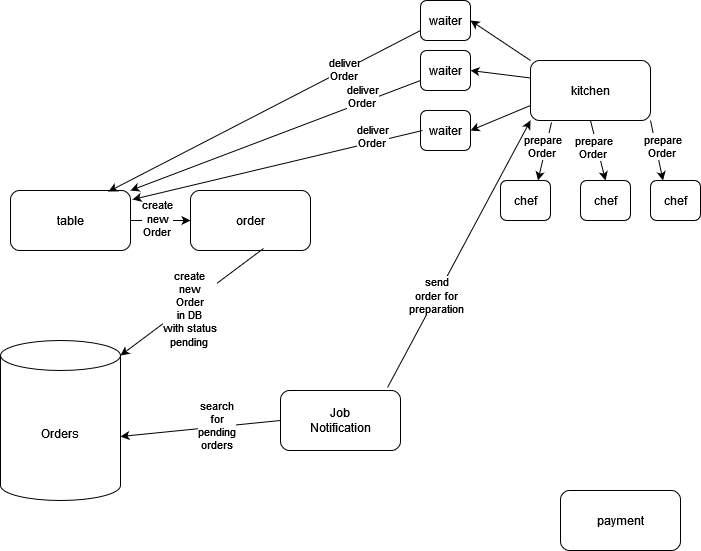
ehud91/Restaurant-app keeps this draw.io diagram as assets/Nice-rest-main-flow.drawio.png. Above is the earlier version. Source tidied: cells renumbered, new cells last; positions are measured from the earlier drawing's top-left corner, leaving out a move shared by most shapes.
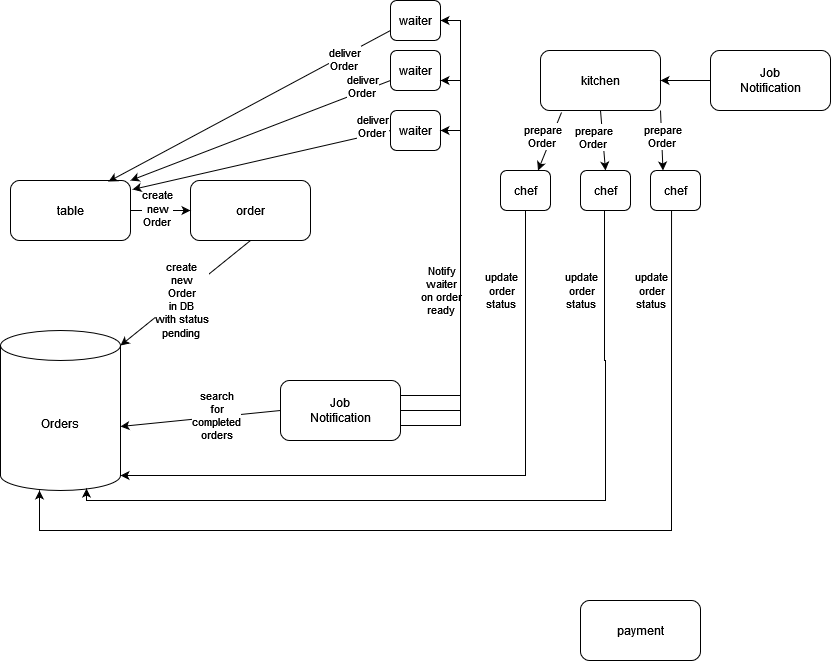
The same file after the commit.

Diff of the diagram source:
```diff
@@ -6,13 +6,13 @@
       <mxGeometry x="10" y="190" width="120" height="60" as="geometry" />
     </mxCell>
     <mxCell id="3" value="kitchen" style="rounded=1;whiteSpace=wrap;html=1;" parent="1" vertex="1">
-      <mxGeometry x="530" y="60" width="120" height="60" as="geometry" />
+      <mxGeometry x="540" y="60" width="120" height="60" as="geometry" />
     </mxCell>
     <mxCell id="4" value="order" style="rounded=1;whiteSpace=wrap;html=1;" parent="1" vertex="1">
       <mxGeometry x="190" y="190" width="120" height="60" as="geometry" />
     </mxCell>
     <mxCell id="5" value="payment" style="rounded=1;whiteSpace=wrap;html=1;" parent="1" vertex="1">
-      <mxGeometry x="560" y="490" width="120" height="60" as="geometry" />
+      <mxGeometry x="580" y="610" width="120" height="60" as="geometry" />
     </mxCell>
     <mxCell id="6" style="endArrow=classic;html=1;rounded=0;exitX=1;exitY=0.5;exitDx=0;exitDy=0;entryX=0;entryY=0.5;entryDx=0;entryDy=0;" parent="1" edge="1" source="2" target="4">
       <mxGeometry relative="1" as="geometry" />
@@ -20,7 +20,7 @@
     <mxCell id="7" value="&lt;div&gt;create&lt;/div&gt;&lt;div&gt;new&lt;/div&gt;&lt;div&gt;Order&lt;br&gt;&lt;/div&gt;" style="edgeLabel;html=1;align=center;verticalAlign=middle;" parent="6" vertex="1">
       <mxGeometry x="-0.14" y="3" relative="1" as="geometry" />
     </mxCell>
-    <mxCell id="8" style="endArrow=classic;html=1;rounded=0;exitX=0.608;exitY=0.967;exitDx=0;exitDy=0;entryX=1;entryY=0;entryDx=0;entryDy=15;entryPerimeter=0;exitPerimeter=0;" parent="1" edge="1" source="4" target="10">
+    <mxCell id="8" style="endArrow=classic;html=1;rounded=0;entryX=1;entryY=0;entryDx=0;entryDy=15;entryPerimeter=0;exitX=0.5;exitY=1;exitDx=0;exitDy=0;" parent="1" edge="1" source="4" target="10">
       <mxGeometry relative="1" as="geometry" />
     </mxCell>
     <mxCell id="9" value="&lt;div&gt;create&lt;/div&gt;&lt;div&gt;new&lt;/div&gt;&lt;div&gt;Order&lt;/div&gt;&lt;div&gt;in DB&lt;/div&gt;&lt;div&gt;with status&lt;/div&gt;&lt;div&gt;pending&lt;br&gt;&lt;/div&gt;" style="edgeLabel;html=1;align=center;verticalAlign=middle;" parent="8" vertex="1">
@@ -31,17 +31,17 @@
     <mxCell id="10" value="Orders" style="shape=cylinder3;whiteSpace=wrap;html=1;boundedLbl=1;backgroundOutline=1;size=15;" parent="1" vertex="1">
       <mxGeometry y="340" width="120" height="160" as="geometry" />
     </mxCell>
+    <mxCell id="37" style="edgeStyle=orthogonalEdgeStyle;rounded=0;jettySize=auto;html=1;exitX=1;exitY=0.5;exitDx=0;exitDy=0;entryX=1;entryY=0.5;entryDx=0;entryDy=0;" parent="1" edge="1" source="11" target="14">
+      <mxGeometry relative="1" as="geometry" />
+    </mxCell>
     <mxCell id="11" value="Job&lt;br&gt;&lt;div&gt;Notification&lt;/div&gt;" style="rounded=1;whiteSpace=wrap;html=1;" parent="1" vertex="1">
       <mxGeometry x="280" y="390" width="120" height="60" as="geometry" />
     </mxCell>
     <mxCell id="12" style="endArrow=classic;html=1;rounded=0;entryX=1;entryY=0.6;entryDx=0;entryDy=0;entryPerimeter=0;exitX=0;exitY=0.5;exitDx=0;exitDy=0;" parent="1" edge="1" source="11" target="10">
       <mxGeometry relative="1" as="geometry" />
     </mxCell>
-    <mxCell id="13" style="endArrow=classic;html=1;rounded=0;entryX=0;entryY=1;entryDx=0;entryDy=0;exitX=0.892;exitY=-0.05;exitDx=0;exitDy=0;exitPerimeter=0;" parent="1" edge="1" source="11" target="3">
-      <mxGeometry relative="1" as="geometry" />
-    </mxCell>
     <mxCell id="14" value="waiter" style="rounded=1;whiteSpace=wrap;html=1;" parent="1" vertex="1">
-      <mxGeometry x="420" width="50" height="40" as="geometry" />
+      <mxGeometry x="390" y="10" width="50" height="40" as="geometry" />
     </mxCell>
     <mxCell id="15" style="endArrow=classic;html=1;rounded=0;entryX=0.75;entryY=0;entryDx=0;entryDy=0;exitX=0.175;exitY=1.033;exitDx=0;exitDy=0;exitPerimeter=0;" parent="1" edge="1" source="3" target="19">
       <mxGeometry relative="1" as="geometry" />
@@ -50,14 +50,33 @@
       <mxGeometry relative="1" as="geometry" />
     </mxCell>
     <mxCell id="17" value="waiter" style="rounded=1;whiteSpace=wrap;html=1;" parent="1" vertex="1">
-      <mxGeometry x="420" y="110" width="50" height="40" as="geometry" />
+      <mxGeometry x="390" y="120" width="50" height="40" as="geometry" />
     </mxCell>
     <mxCell id="18" value="waiter" style="rounded=1;whiteSpace=wrap;html=1;" parent="1" vertex="1">
-      <mxGeometry x="420" y="50" width="50" height="40" as="geometry" />
+      <mxGeometry x="390" y="60" width="50" height="40" as="geometry" />
     </mxCell>
+    <mxCell id="38" style="edgeStyle=orthogonalEdgeStyle;rounded=0;jettySize=auto;html=1;entryX=1;entryY=1;entryDx=0;entryDy=-15;entryPerimeter=0;" parent="1" edge="1" source="19" target="10">
+      <mxGeometry relative="1" as="geometry">
+        <Array as="points">
+          <mxPoint x="525" y="485" />
+        </Array>
+      </mxGeometry>
+    </mxCell>
     <mxCell id="19" value="chef" style="rounded=1;whiteSpace=wrap;html=1;" parent="1" vertex="1">
       <mxGeometry x="500" y="180" width="50" height="40" as="geometry" />
     </mxCell>
+    <mxCell id="39" style="edgeStyle=orthogonalEdgeStyle;rounded=0;orthogonalLoop=1;jettySize=auto;html=1;entryX=0.725;entryY=0.988;entryDx=0;entryDy=0;entryPerimeter=0;" parent="1" edge="1">
+      <mxGeometry relative="1" as="geometry">
+        <mxPoint x="604" y="220" as="sourcePoint" />
+        <mxPoint x="86" y="498.1" as="targetPoint" />
+        <Array as="points">
+          <mxPoint x="604" y="370" />
+          <mxPoint x="605" y="370" />
+          <mxPoint x="605" y="510" />
+          <mxPoint x="86" y="510" />
+        </Array>
+      </mxGeometry>
+    </mxCell>
     <mxCell id="20" value="chef" style="rounded=1;whiteSpace=wrap;html=1;" parent="1" vertex="1">
       <mxGeometry x="580" y="180" width="50" height="40" as="geometry" />
     </mxCell>
@@ -70,10 +89,8 @@
     <mxCell id="23" style="endArrow=classic;html=1;rounded=0;entryX=0.25;entryY=0;entryDx=0;entryDy=0;exitX=1;exitY=1;exitDx=0;exitDy=0;" parent="1" edge="1" source="3" target="21">
       <mxGeometry relative="1" as="geometry" />
     </mxCell>
-    <mxCell id="24" style="endArrow=classic;html=1;rounded=0;exitX=0;exitY=0.5;exitDx=0;exitDy=0;entryX=1.017;entryY=0.15;entryDx=0;entryDy=0;entryPerimeter=0;" parent="1" edge="1" target="2">
-      <mxGeometry relative="1" as="geometry">
-        <mxPoint x="422" y="130" as="sourcePoint" />
-      </mxGeometry>
+    <mxCell id="24" style="endArrow=classic;html=1;rounded=0;exitX=0;exitY=0.5;exitDx=0;exitDy=0;entryX=1.017;entryY=0.15;entryDx=0;entryDy=0;entryPerimeter=0;" parent="1" edge="1" source="17" target="2">
+      <mxGeometry relative="1" as="geometry" />
     </mxCell>
     <mxCell id="25" style="endArrow=classic;html=1;rounded=0;entryX=1;entryY=0;entryDx=0;entryDy=0;exitX=0;exitY=0.75;exitDx=0;exitDy=0;" parent="1" edge="1" source="18" target="2">
       <mxGeometry relative="1" as="geometry" />
@@ -93,17 +110,6 @@
         <mxPoint x="-8" y="6" as="offset" />
       </mxGeometry>
     </mxCell>
-    <mxCell id="29" style="endArrow=classic;html=1;rounded=0;entryX=1;entryY=0.5;entryDx=0;entryDy=0;exitX=0;exitY=0;exitDx=0;exitDy=0;" parent="1" edge="1" source="3" target="14">
-      <mxGeometry relative="1" as="geometry" />
-    </mxCell>
-    <mxCell id="30" style="endArrow=classic;html=1;rounded=0;entryX=1;entryY=0.5;entryDx=0;entryDy=0;exitX=0;exitY=0.75;exitDx=0;exitDy=0;" parent="1" edge="1" source="3" target="17">
-      <mxGeometry relative="1" as="geometry" />
-    </mxCell>
-    <mxCell id="31" style="endArrow=classic;html=1;rounded=0;entryX=1;entryY=0.5;entryDx=0;entryDy=0;exitX=0;exitY=0.75;exitDx=0;exitDy=0;" parent="1" edge="1" target="18">
-      <mxGeometry relative="1" as="geometry">
-        <mxPoint x="530" y="77.5" as="sourcePoint" />
-      </mxGeometry>
-    </mxCell>
     <mxCell id="32" value="&lt;div&gt;deliver&lt;/div&gt;&lt;div&gt;Order&lt;br&gt;&lt;/div&gt;" style="edgeLabel;html=1;align=center;verticalAlign=middle;" parent="1" vertex="1">
       <mxGeometry x="560" y="150" as="geometry">
         <mxPoint x="-216" y="-81" as="offset" />
@@ -119,15 +125,55 @@
         <mxPoint x="-8" y="6" as="offset" />
       </mxGeometry>
     </mxCell>
-    <mxCell id="35" value="&lt;div&gt;search&lt;/div&gt;&lt;div&gt;for&lt;/div&gt;&lt;div&gt;pending&lt;/div&gt;&lt;div&gt;orders&lt;/div&gt;" style="edgeLabel;html=1;align=center;verticalAlign=middle;" parent="1" vertex="1">
+    <mxCell id="35" value="&lt;div&gt;search&lt;/div&gt;&lt;div&gt;for&lt;/div&gt;&lt;div&gt;completed&lt;/div&gt;&lt;div&gt;orders&lt;/div&gt;" style="edgeLabel;html=1;align=center;verticalAlign=middle;" parent="1" vertex="1">
       <mxGeometry x="220" y="390" as="geometry">
         <mxPoint x="-4" y="35" as="offset" />
       </mxGeometry>
     </mxCell>
-    <mxCell id="36" value="&lt;div&gt;send&lt;/div&gt;&lt;div&gt;order for&lt;/div&gt;&lt;div&gt;preparation&lt;br&gt;&lt;/div&gt;" style="edgeLabel;html=1;align=center;verticalAlign=middle;" parent="1" vertex="1">
-      <mxGeometry x="440" y="260" as="geometry">
-        <mxPoint x="-4" y="35" as="offset" />
+    <mxCell id="36" value="&lt;div&gt;Notify&lt;/div&gt;&lt;div&gt;waiter&lt;/div&gt;&lt;div&gt;on order&lt;br&gt;&lt;/div&gt;&lt;div&gt;ready&lt;br&gt;&lt;/div&gt;" style="edgeLabel;html=1;align=center;verticalAlign=middle;" parent="1" vertex="1">
+      <mxGeometry x="440" y="270" as="geometry">
+        <mxPoint x="1" y="30" as="offset" />
       </mxGeometry>
     </mxCell>
+    <mxCell id="40" style="edgeStyle=orthogonalEdgeStyle;rounded=0;jettySize=auto;html=1;exitX=1;exitY=0.25;exitDx=0;exitDy=0;entryX=1;entryY=0.75;entryDx=0;entryDy=0;" parent="1" edge="1" source="11" target="18">
+      <mxGeometry relative="1" as="geometry" />
+    </mxCell>
+    <mxCell id="41" style="edgeStyle=orthogonalEdgeStyle;rounded=0;jettySize=auto;html=1;exitX=1;exitY=0.75;exitDx=0;exitDy=0;entryX=1;entryY=0.5;entryDx=0;entryDy=0;" parent="1" edge="1" source="11" target="17">
+      <mxGeometry relative="1" as="geometry" />
+    </mxCell>
+    <mxCell id="42" style="edgeStyle=orthogonalEdgeStyle;rounded=0;orthogonalLoop=1;jettySize=auto;html=1;entryX=0.358;entryY=1;entryDx=0;entryDy=0;entryPerimeter=0;exitX=0.5;exitY=1;exitDx=0;exitDy=0;" parent="1" edge="1">
+      <mxGeometry relative="1" as="geometry">
+        <mxPoint x="671" y="220" as="sourcePoint" />
+        <mxPoint x="39" y="500" as="targetPoint" />
+        <Array as="points">
+          <mxPoint x="670" y="220" />
+          <mxPoint x="670" y="400" />
+          <mxPoint x="671" y="400" />
+          <mxPoint x="671" y="540" />
+          <mxPoint x="39" y="540" />
+        </Array>
+      </mxGeometry>
+    </mxCell>
+    <mxCell id="43" value="&lt;div&gt;update&lt;/div&gt;&lt;div&gt;order&lt;/div&gt;&lt;div&gt;status&lt;br&gt;&lt;/div&gt;" style="edgeLabel;html=1;align=center;verticalAlign=middle;" parent="1" vertex="1">
+      <mxGeometry x="500" y="270" as="geometry">
+        <mxPoint x="1" y="30" as="offset" />
+      </mxGeometry>
+    </mxCell>
+    <mxCell id="44" value="&lt;div&gt;update&lt;/div&gt;&lt;div&gt;order&lt;/div&gt;&lt;div&gt;status&lt;br&gt;&lt;/div&gt;" style="edgeLabel;html=1;align=center;verticalAlign=middle;" parent="1" vertex="1">
+      <mxGeometry x="580" y="270" as="geometry">
+        <mxPoint x="1" y="30" as="offset" />
+      </mxGeometry>
+    </mxCell>
+    <mxCell id="45" value="&lt;div&gt;update&lt;/div&gt;&lt;div&gt;order&lt;/div&gt;&lt;div&gt;status&lt;br&gt;&lt;/div&gt;" style="edgeLabel;html=1;align=center;verticalAlign=middle;" parent="1" vertex="1">
+      <mxGeometry x="650" y="270" as="geometry">
+        <mxPoint x="1" y="30" as="offset" />
+      </mxGeometry>
+    </mxCell>
+    <mxCell id="46" style="edgeStyle=orthogonalEdgeStyle;rounded=0;jettySize=auto;html=1;entryX=1;entryY=0.5;entryDx=0;entryDy=0;" parent="1" edge="1" source="47" target="3">
+      <mxGeometry relative="1" as="geometry" />
+    </mxCell>
+    <mxCell id="47" value="Job&lt;br&gt;&lt;div&gt;Notification&lt;/div&gt;" style="rounded=1;whiteSpace=wrap;html=1;" parent="1" vertex="1">
+      <mxGeometry x="710" y="60" width="120" height="60" as="geometry" />
+    </mxCell>
   </root>
 </mxGraphModel>
```
